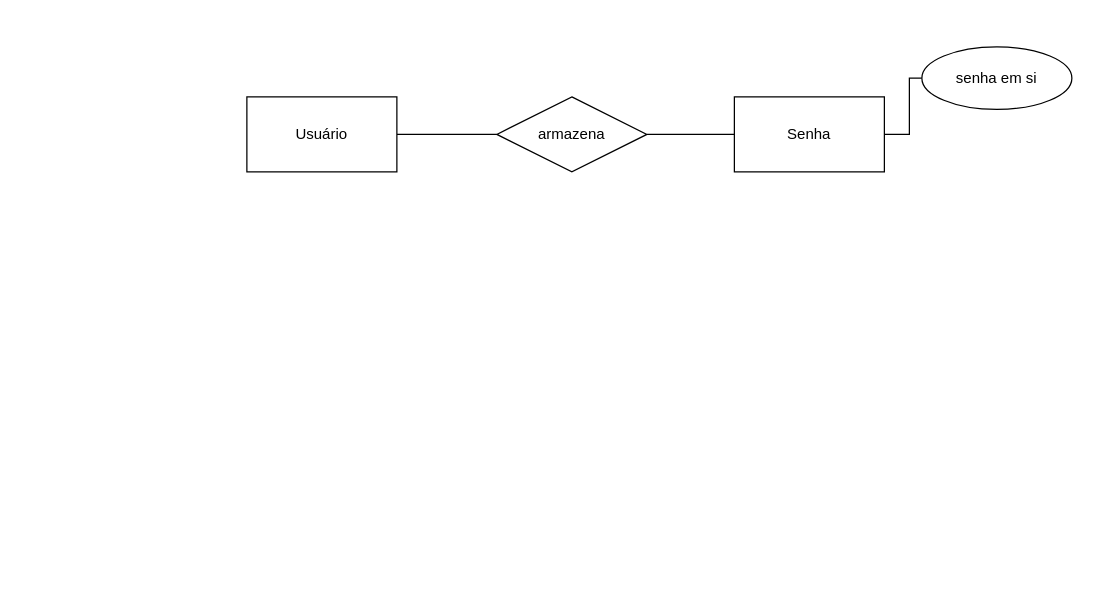
Above: doc/der.drawio in Samuelsn28/Jerico (draw.io), before the change. Source tidied: cells renumbered, new cells numbered last; positions are measured from the earlier drawing's top-left corner, leaving out a move shared by most shapes. Both pictures are drawn from the tidied source at 125%, with x=0, y=0 at pixel (246, 46).
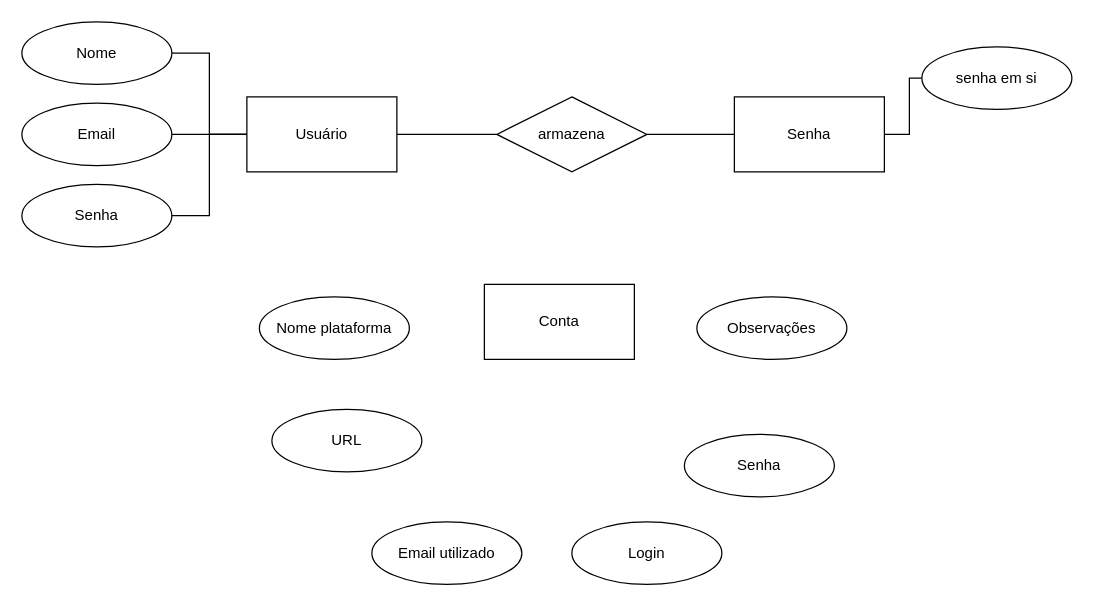
The same page after the edit.

Commit message:
DER conta added

The change refers to these unchanged cells:
```xml
<mxCell id="3" value="Usuário" style="rounded=0;whiteSpace=wrap;html=1;" parent="1" vertex="1">
  <mxGeometry y="40" width="120" height="60" as="geometry" />
</mxCell>
```

Change to the diagram source:
```diff
@@
+    <mxCell id="9" style="edgeStyle=orthogonalEdgeStyle;rounded=0;jettySize=auto;html=1;entryX=1;entryY=0.5;entryDx=0;entryDy=0;endArrow=none;endFill=0;" parent="1" edge="1" source="3" target="13">
+      <mxGeometry relative="1" as="geometry" />
+    </mxCell>
+    <mxCell id="10" style="edgeStyle=orthogonalEdgeStyle;rounded=0;jettySize=auto;html=1;entryX=1;entryY=0.5;entryDx=0;entryDy=0;endArrow=none;endFill=0;" parent="1" edge="1" source="3" target="12">
+      <mxGeometry relative="1" as="geometry" />
+    </mxCell>
+    <mxCell id="11" style="edgeStyle=orthogonalEdgeStyle;rounded=0;jettySize=auto;html=1;exitX=0;exitY=0.5;exitDx=0;exitDy=0;entryX=1;entryY=0.5;entryDx=0;entryDy=0;endArrow=none;endFill=0;" parent="1" edge="1" source="3" target="14">
+      <mxGeometry relative="1" as="geometry" />
+    </mxCell>
@@
+    <mxCell id="12" value="Nome" style="ellipse;whiteSpace=wrap;html=1;" parent="1" vertex="1">
+      <mxGeometry x="-180" y="-20" width="120" height="50" as="geometry" />
+    </mxCell>
+    <mxCell id="13" value="Email" style="ellipse;whiteSpace=wrap;html=1;" parent="1" vertex="1">
+      <mxGeometry x="-180" y="45" width="120" height="50" as="geometry" />
+    </mxCell>
+    <mxCell id="14" value="Senha" style="ellipse;whiteSpace=wrap;html=1;" parent="1" vertex="1">
+      <mxGeometry x="-180" y="110" width="120" height="50" as="geometry" />
+    </mxCell>
+    <mxCell id="15" value="Conta" style="rounded=0;whiteSpace=wrap;html=1;" parent="1" vertex="1">
+      <mxGeometry x="190" y="190" width="120" height="60" as="geometry" />
+    </mxCell>
+    <mxCell id="16" value="Nome plataforma" style="ellipse;whiteSpace=wrap;html=1;" parent="1" vertex="1">
+      <mxGeometry x="10" y="200" width="120" height="50" as="geometry" />
+    </mxCell>
+    <mxCell id="17" value="URL" style="ellipse;whiteSpace=wrap;html=1;" parent="1" vertex="1">
+      <mxGeometry x="20" y="290" width="120" height="50" as="geometry" />
+    </mxCell>
+    <mxCell id="18" value="Email utilizado" style="ellipse;whiteSpace=wrap;html=1;" parent="1" vertex="1">
+      <mxGeometry x="100" y="380" width="120" height="50" as="geometry" />
+    </mxCell>
+    <mxCell id="19" value="Login" style="ellipse;whiteSpace=wrap;html=1;" parent="1" vertex="1">
+      <mxGeometry x="260" y="380" width="120" height="50" as="geometry" />
+    </mxCell>
+    <mxCell id="20" value="Senha" style="ellipse;whiteSpace=wrap;html=1;" parent="1" vertex="1">
+      <mxGeometry x="350" y="310" width="120" height="50" as="geometry" />
+    </mxCell>
+    <mxCell id="21" value="Observações" style="ellipse;whiteSpace=wrap;html=1;" parent="1" vertex="1">
+      <mxGeometry x="360" y="200" width="120" height="50" as="geometry" />
+    </mxCell>
```
